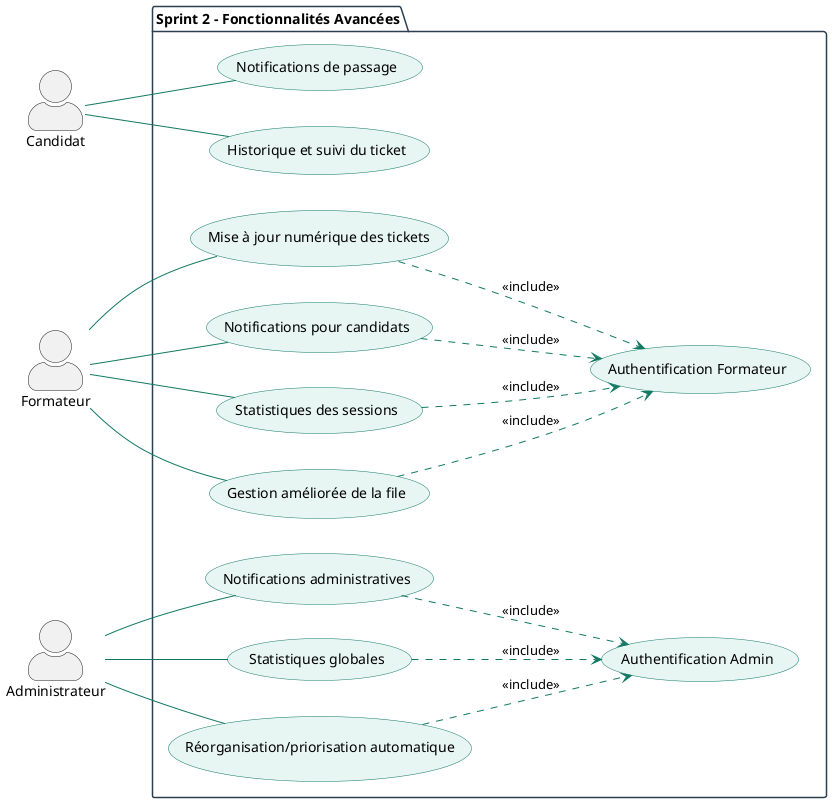
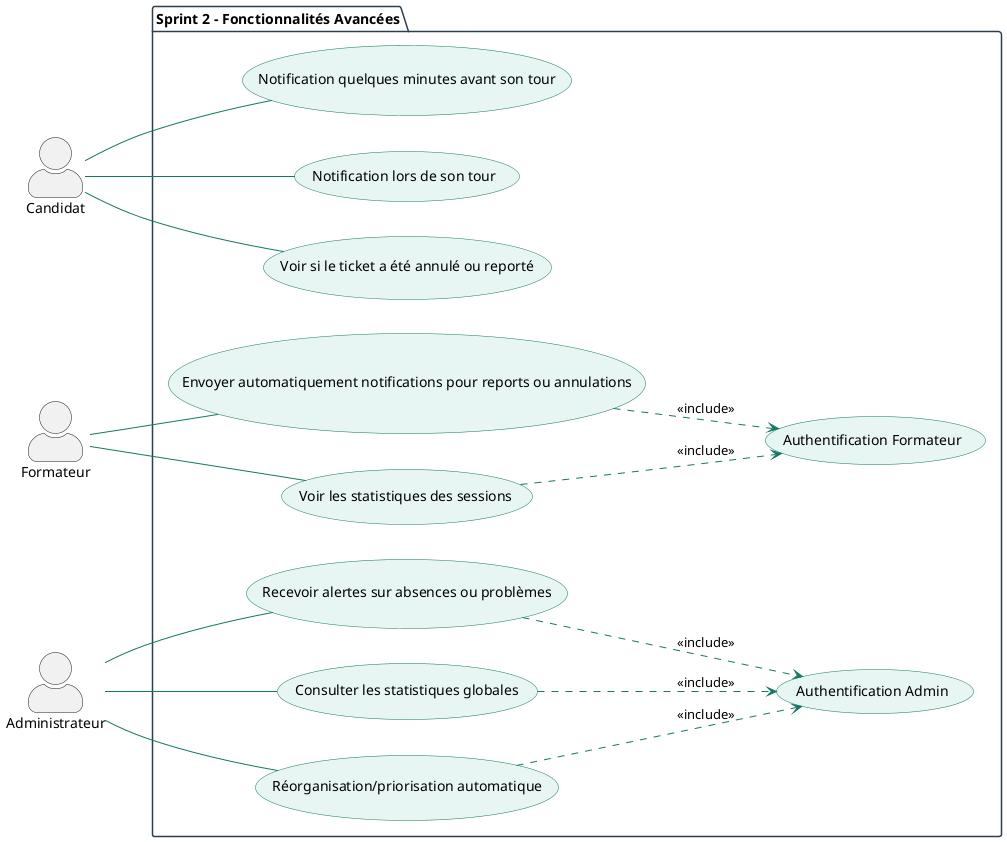
@startuml QueueManagement_Sprint2
skinparam actorStyle awesome
left to right direction

skinparam package {
    BackgroundColor White
    BorderColor #2C3E50
}

skinparam usecase {
    BackgroundColor #E8F6F3
    BorderColor #117864
    ArrowColor #117864
}

actor "Candidat" as C
actor "Formateur" as F
actor "Administrateur" as Admin

package "Sprint 2 – Fonctionnalités Avancées" {

-     ' ========================
-     ' Espace Candidat
-     ' ========================
-     usecase "Notifications de passage" as UC9
-     usecase "Historique et suivi du ticket" as UC10
+     usecase "Notification quelques minutes avant son tour" as UC1
+     usecase "Notification lors de son tour" as UC2
+     usecase "Voir si le ticket a été annulé ou reporté" as UC3

-     C -- UC9
-     C -- UC10
+     C -- UC1
+     C -- UC2
+     C -- UC3

-     ' ========================
-     ' Espace Formateur
-     ' ========================
-     usecase "Authentification Formateur" as UCA2
-     usecase "Mise à jour numérique des tickets" as UC11
-     usecase "Notifications pour candidats" as UC12
-     usecase "Statistiques des sessions" as UC13
-     usecase "Gestion améliorée de la file" as UC14

-     F -- UC11
-     F -- UC12
-     F -- UC13
-     F -- UC14
-     UC11 ..> UCA2 : <<include>>
-     UC12 ..> UCA2 : <<include>>
-     UC13 ..> UCA2 : <<include>>
-     UC14 ..> UCA2 : <<include>>
+     usecase "Authentification Formateur" as UC4
+     usecase "Envoyer automatiquement notifications pour reports ou annulations" as UC6
+     usecase "Voir les statistiques des sessions" as UC7
+ 
+ 
+     F -- UC6
+     F -- UC7
+ 
+     UC6 ..> UC4 : <<include>>
+     UC7 ..> UC4 : <<include>>


    ' ========================
    ' Espace Administrateur
    ' ========================
-     usecase "Authentification Admin" as UCA1
-     usecase "Notifications administratives" as UCA5
-     usecase "Statistiques globales" as UCA6
-     usecase "Réorganisation/priorisation automatique" as UCA7
+     usecase "Authentification Admin" as UC8
+     usecase "Recevoir alertes sur absences ou problèmes" as UC9
+     usecase "Consulter les statistiques globales" as UC10
+     usecase "Réorganisation/priorisation automatique" as UC11

-     Admin -- UCA5
-     Admin -- UCA6
-     Admin -- UCA7
-     UCA5 ..> UCA1 : <<include>>
-     UCA6 ..> UCA1 : <<include>>
-     UCA7 ..> UCA1 : <<include>>
+     Admin -- UC9
+     Admin -- UC10
+     Admin -- UC11
+     UC9 ..> UC8 : <<include>>
+     UC10 ..> UC8 : <<include>>
+     UC11 ..> UC8 : <<include>>
}

@enduml